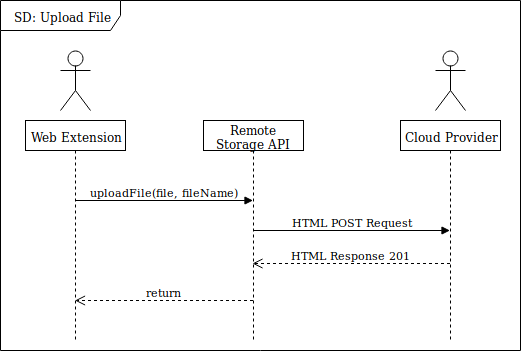
Earlier version of the draw.io export doc/Portfolio B/sequence_diagram.png (MaxTheWhale/firefox-extensions-ecosystem). Source tidied: cells renumbered, new cells last; positions are measured from the earlier drawing's top-left corner, leaving out a move shared by most shapes.
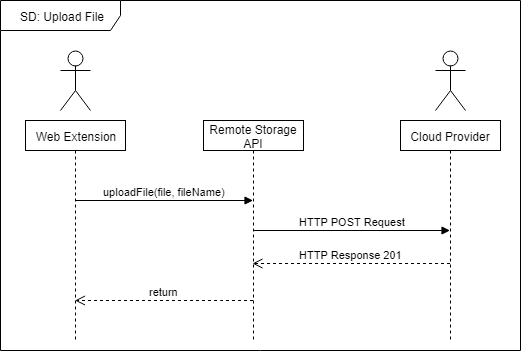
Later version of the same file.

Commit message:
Fix typo in sequence diagram

The edit, as a diff of the source:
```diff
@@ -32,10 +32,10 @@
         </Array>
       </mxGeometry>
     </mxCell>
-    <mxCell id="10" value="HTML POST Request" style="html=1;verticalAlign=bottom;endArrow=block;" parent="1" edge="1" source="6" target="7">
+    <mxCell id="10" value="HTTP POST Request" style="html=1;verticalAlign=bottom;endArrow=block;" parent="1" edge="1" source="6" target="7">
       <mxGeometry relative="1" as="geometry" />
     </mxCell>
-    <mxCell id="11" value="HTML Response 201" style="html=1;verticalAlign=bottom;endArrow=open;dashed=1;endSize=8;entryX=0.49;entryY=0.65;entryDx=0;entryDy=0;entryPerimeter=0;" parent="1" edge="1" source="7" target="6">
+    <mxCell id="11" value="HTTP Response 201" style="html=1;verticalAlign=bottom;endArrow=open;dashed=1;endSize=8;entryX=0.49;entryY=0.65;entryDx=0;entryDy=0;entryPerimeter=0;" parent="1" edge="1" source="7" target="6">
       <mxGeometry relative="1" as="geometry" />
     </mxCell>
   </root>
```
